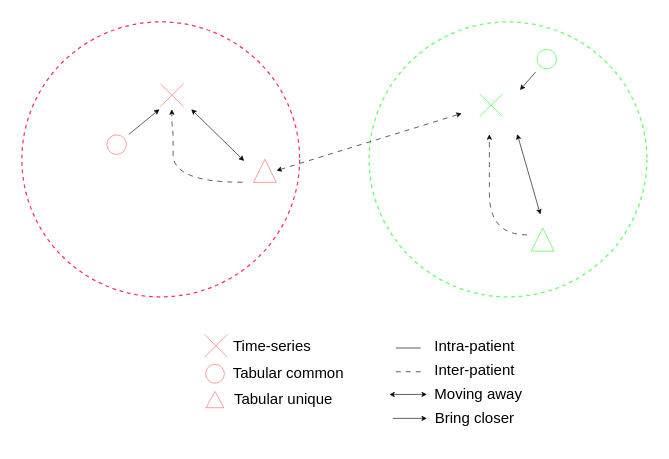
Earlier version of the draw.io diagram contrastive_decoupling.drawio (Jeremstym/didacticJerem). Source tidied: cells renumbered, new cells numbered last; positions are measured from the earlier drawing's top-left corner, leaving out a move shared by most shapes. Both pictures are drawn from the tidied source at 125%, with x=0, y=0 at pixel (21, 21).
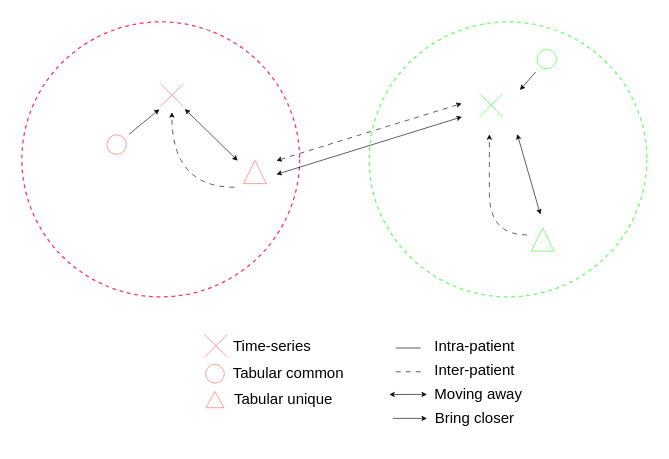
The same diagram, later.

Unchanged cells that the change refers to:
```xml
<mxCell id="2" style="ellipse;whiteSpace=wrap;html=1;fillColor=none;dashed=1;strokeColor=#66FF66;" parent="1" vertex="1">
  <mxGeometry x="277.8" width="222.2" height="220" as="geometry" />
</mxCell>
<mxCell id="3" style="ellipse;whiteSpace=wrap;html=1;fillColor=none;dashed=1;strokeColor=#FF3068;" parent="1" vertex="1">
  <mxGeometry width="222.2" height="220" as="geometry" />
</mxCell>
```

What changed in the source:
```diff
@@
     <mxCell id="7" style="triangle;whiteSpace=wrap;html=1;align=center;verticalAlign=top;fontFamily=Helvetica;fontSize=12;fontColor=default;fillColor=none;gradientColor=none;rotation=-90;strokeWidth=0.5;strokeColor=#FF6666;" parent="1" vertex="1">
-      <mxGeometry x="185.2" y="110" width="18.5" height="18.3" as="geometry" />
+      <mxGeometry x="177.2" y="111" width="18.5" height="18.3" as="geometry" />
     </mxCell>
@@
-    <mxCell id="12" style="endArrow=classic;startArrow=classic;html=1;rounded=0;fontFamily=Helvetica;fontSize=12;fontColor=default;strokeWidth=0.5;endSize=3;startSize=3;exitX=0.61;exitY=0.318;exitDx=0;exitDy=0;exitPerimeter=0;" parent="1" edge="1" source="3">
+    <mxCell id="12" style="endArrow=classic;startArrow=classic;html=1;rounded=0;fontFamily=Helvetica;fontSize=12;fontColor=default;strokeWidth=0.5;endSize=3;startSize=3;exitX=0.61;exitY=0.318;exitDx=0;exitDy=0;exitPerimeter=0;" parent="1" edge="1">
       <mxGeometry relative="1" as="geometry">
-        <mxPoint x="177.8" y="111.2" as="targetPoint" />
+        <mxPoint x="130.4" y="69.7" as="sourcePoint" />
+        <mxPoint x="172.6" y="111" as="targetPoint" />
       </mxGeometry>
     </mxCell>
@@
-    <mxCell id="14" style="endArrow=classic;startArrow=classic;html=1;rounded=0;fontFamily=Helvetica;fontSize=12;fontColor=default;strokeWidth=0.5;endSize=3;startSize=3;entryX=0.333;entryY=0.333;entryDx=0;entryDy=0;entryPerimeter=0;dashed=1;dashPattern=8 8;" parent="1" edge="1" target="2">
+    <mxCell id="14" style="endArrow=classic;startArrow=classic;html=1;rounded=0;fontFamily=Helvetica;fontSize=12;fontColor=default;strokeWidth=0.5;endSize=3;startSize=3;entryX=0.333;entryY=0.333;entryDx=0;entryDy=0;entryPerimeter=0;dashed=1;dashPattern=8 8;" parent="1" edge="1">
       <mxGeometry relative="1" as="geometry">
-        <mxPoint x="203.7" y="119" as="sourcePoint" />
+        <mxPoint x="203.7" y="111" as="sourcePoint" />
+        <mxPoint x="351.8" y="65.3" as="targetPoint" />
       </mxGeometry>
     </mxCell>
@@
-    <mxCell id="26" style="endArrow=classic;html=1;rounded=0;fontFamily=Helvetica;fontSize=12;fontColor=default;edgeStyle=orthogonalEdgeStyle;curved=1;strokeWidth=0.5;endSize=3;exitX=0.242;exitY=0.064;exitDx=0;exitDy=0;exitPerimeter=0;entryX=0.54;entryY=0.318;entryDx=0;entryDy=0;entryPerimeter=0;dashed=1;dashPattern=8 8;" parent="1" edge="1" target="3">
+    <mxCell id="26" style="endArrow=classic;html=1;rounded=0;fontFamily=Helvetica;fontSize=12;fontColor=default;edgeStyle=orthogonalEdgeStyle;strokeWidth=0.5;endSize=3;entryX=0.54;entryY=0.318;entryDx=0;entryDy=0;entryPerimeter=0;dashed=1;dashPattern=8 8;curved=1;" parent="1" edge="1">
       <mxGeometry relative="1" as="geometry">
-        <mxPoint x="176.5" y="128.3" as="sourcePoint" />
+        <mxPoint x="170" y="132.3" as="sourcePoint" />
+        <mxPoint x="120" y="72.3" as="targetPoint" />
         <Array as="points">
-          <mxPoint x="121" y="128" />
-          <mxPoint x="121" y="84" />
-          <mxPoint x="120" y="84" />
+          <mxPoint x="170" y="132.3" />
+          <mxPoint x="120" y="132.3" />
         </Array>
       </mxGeometry>
     </mxCell>
@@
+    <mxCell id="34" style="endArrow=classic;startArrow=classic;html=1;rounded=0;fontFamily=Helvetica;fontSize=12;fontColor=default;strokeWidth=0.5;endSize=3;startSize=3;entryX=0.333;entryY=0.333;entryDx=0;entryDy=0;entryPerimeter=0;" parent="1" edge="1">
+      <mxGeometry relative="1" as="geometry">
+        <mxPoint x="203.7" y="122" as="sourcePoint" />
+        <mxPoint x="352" y="76" as="targetPoint" />
+      </mxGeometry>
+    </mxCell>
```
